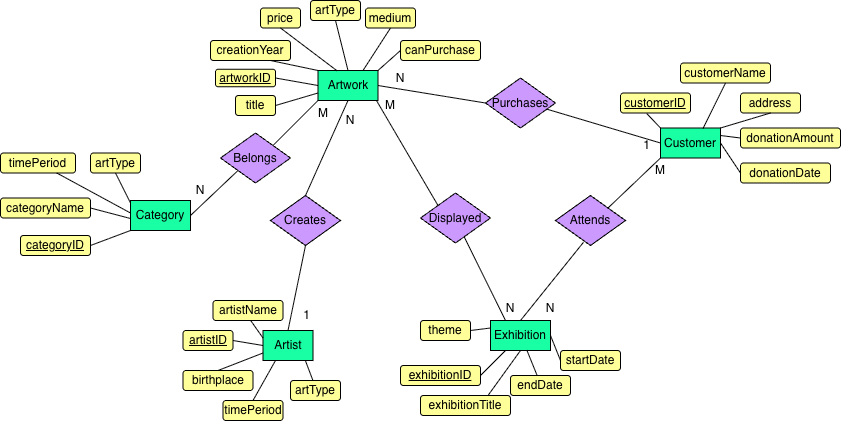
voviv2000/art-gallery-database keeps this draw.io diagram as 608 Project 1.drawio.png. Above is the earlier version. Source tidied: cells renumbered, new cells last; positions are measured from the earlier drawing's top-left corner, leaving out a move shared by most shapes.
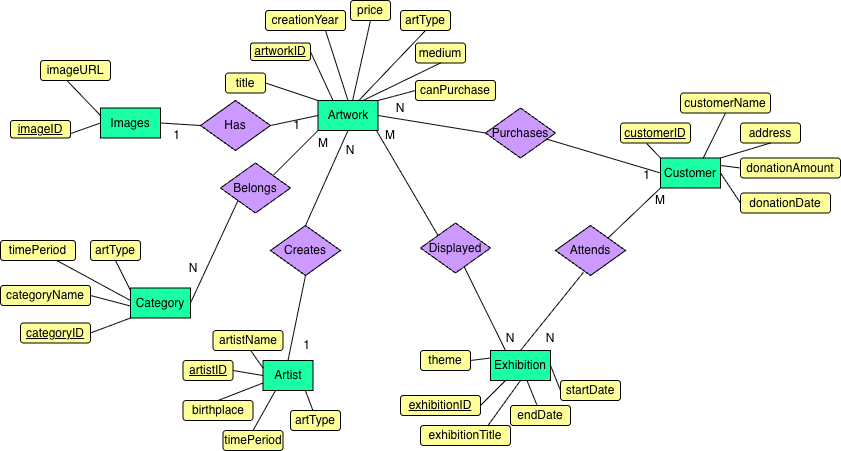
Later version of the same file.

What changed in the source:
```diff
@@ -51,7 +51,7 @@
       <mxGeometry relative="1" as="geometry" />
     </mxCell>
     <mxCell id="18" style="group;" parent="1" vertex="1">
-      <mxGeometry y="152.5" width="190" height="102.5" as="geometry" />
+      <mxGeometry y="210" width="190" height="102.5" as="geometry" />
     </mxCell>
     <mxCell id="19" value="Category" style="rounded=0;whiteSpace=wrap;html=1;fillColor=#19FFA3;" parent="18" vertex="1">
       <mxGeometry x="130" y="47.5" width="60" height="30" as="geometry" />
@@ -136,7 +136,7 @@
       <mxGeometry x="312.5" y="105" width="20" height="15" as="geometry" />
     </mxCell>
     <mxCell id="45" value="N" style="text;html=1;whiteSpace=wrap;strokeColor=none;fillColor=none;align=center;verticalAlign=middle;rounded=0;" parent="1" vertex="1">
-      <mxGeometry x="190" y="182.5" width="20" height="15" as="geometry" />
+      <mxGeometry x="182.5" y="230" width="20" height="15" as="geometry" />
     </mxCell>
     <mxCell id="46" value="N" style="text;html=1;whiteSpace=wrap;strokeColor=none;fillColor=none;align=center;verticalAlign=middle;rounded=0;" parent="1" vertex="1">
       <mxGeometry x="540" y="300" width="20" height="15" as="geometry" />
@@ -220,49 +220,79 @@
       <mxGeometry relative="1" as="geometry" />
     </mxCell>
     <mxCell id="73" value="price" style="rounded=1;whiteSpace=wrap;html=1;fillColor=#FFFF99;" parent="1" vertex="1">
-      <mxGeometry x="260" y="7.5" width="40" height="20" as="geometry" />
+      <mxGeometry x="350" y="-30" width="40" height="20" as="geometry" />
     </mxCell>
     <mxCell id="74" value="Artwork" style="rounded=0;whiteSpace=wrap;html=1;fillColor=#19FFA3;" parent="1" vertex="1">
       <mxGeometry x="317.5" y="70" width="60" height="30" as="geometry" />
     </mxCell>
     <mxCell id="75" value="&lt;u&gt;artworkID&lt;/u&gt;" style="rounded=1;whiteSpace=wrap;html=1;fillColor=#FFFF99;" parent="1" vertex="1">
-      <mxGeometry x="215" y="68.8" width="60" height="17.5" as="geometry" />
+      <mxGeometry x="250" y="12.5" width="60" height="17.5" as="geometry" />
     </mxCell>
     <mxCell id="76" value="artType" style="rounded=1;whiteSpace=wrap;html=1;fillColor=#FFFF99;" parent="1" vertex="1">
-      <mxGeometry x="310" width="50" height="20" as="geometry" />
+      <mxGeometry x="400" y="-20" width="50" height="20" as="geometry" />
     </mxCell>
     <mxCell id="77" value="title" style="rounded=1;whiteSpace=wrap;html=1;fillColor=#FFFF99;" parent="1" vertex="1">
-      <mxGeometry x="235" y="95" width="40" height="20" as="geometry" />
+      <mxGeometry x="225" y="42.5" width="40" height="20" as="geometry" />
     </mxCell>
     <mxCell id="78" value="creationYear" style="rounded=1;whiteSpace=wrap;html=1;fillColor=#FFFF99;" parent="1" vertex="1">
-      <mxGeometry x="210" y="40" width="80" height="20" as="geometry" />
+      <mxGeometry x="265" y="-20" width="80" height="20" as="geometry" />
     </mxCell>
-    <mxCell id="79" style="endArrow=none;html=1;rounded=0;exitX=1;exitY=0.5;exitDx=0;exitDy=0;entryX=0;entryY=0.75;entryDx=0;entryDy=0;" parent="1" edge="1" source="77" target="74">
+    <mxCell id="79" style="endArrow=none;html=1;rounded=0;exitX=1;exitY=0.5;exitDx=0;exitDy=0;entryX=0;entryY=0;entryDx=0;entryDy=0;" parent="1" edge="1" source="77" target="74">
       <mxGeometry relative="1" as="geometry" />
     </mxCell>
-    <mxCell id="80" style="endArrow=none;html=1;rounded=0;entryX=1;entryY=0.5;entryDx=0;entryDy=0;exitX=0;exitY=0.5;exitDx=0;exitDy=0;" parent="1" edge="1" source="74" target="75">
+    <mxCell id="80" style="endArrow=none;html=1;rounded=0;entryX=1;entryY=0.5;entryDx=0;entryDy=0;exitX=0.25;exitY=0;exitDx=0;exitDy=0;" parent="1" edge="1" source="74" target="75">
       <mxGeometry relative="1" as="geometry" />
     </mxCell>
-    <mxCell id="81" style="endArrow=none;html=1;rounded=0;exitX=0;exitY=0;exitDx=0;exitDy=0;entryX=0.75;entryY=1;entryDx=0;entryDy=0;" parent="1" edge="1" source="74" target="78">
+    <mxCell id="81" style="endArrow=none;html=1;rounded=0;exitX=0.5;exitY=0;exitDx=0;exitDy=0;entryX=0.75;entryY=1;entryDx=0;entryDy=0;" parent="1" edge="1" source="74" target="78">
       <mxGeometry relative="1" as="geometry" />
     </mxCell>
-    <mxCell id="82" style="endArrow=none;html=1;rounded=0;entryX=0.5;entryY=1;entryDx=0;entryDy=0;exitX=0.321;exitY=0.015;exitDx=0;exitDy=0;exitPerimeter=0;" parent="1" edge="1" source="74" target="73">
+    <mxCell id="82" style="endArrow=none;html=1;rounded=0;entryX=0.5;entryY=1;entryDx=0;entryDy=0;exitX=0.577;exitY=-0.003;exitDx=0;exitDy=0;exitPerimeter=0;" parent="1" edge="1" source="74" target="73">
       <mxGeometry relative="1" as="geometry" />
     </mxCell>
-    <mxCell id="83" style="endArrow=none;html=1;rounded=0;entryX=0.5;entryY=1;entryDx=0;entryDy=0;exitX=0.5;exitY=0;exitDx=0;exitDy=0;" parent="1" edge="1" source="74" target="76">
+    <mxCell id="83" style="endArrow=none;html=1;rounded=0;entryX=0.5;entryY=1;entryDx=0;entryDy=0;exitX=0.675;exitY=0.012;exitDx=0;exitDy=0;exitPerimeter=0;" parent="1" edge="1" source="74" target="76">
       <mxGeometry relative="1" as="geometry" />
     </mxCell>
     <mxCell id="84" value="medium" style="rounded=1;whiteSpace=wrap;html=1;fillColor=#FFFF99;" parent="1" vertex="1">
-      <mxGeometry x="365" y="7.5" width="50" height="20" as="geometry" />
+      <mxGeometry x="415" y="12.5" width="50" height="20" as="geometry" />
     </mxCell>
     <mxCell id="85" style="endArrow=none;html=1;rounded=0;exitX=0.75;exitY=0;exitDx=0;exitDy=0;entryX=0.5;entryY=1;entryDx=0;entryDy=0;" parent="1" edge="1" source="74" target="84">
       <mxGeometry relative="1" as="geometry" />
     </mxCell>
     <mxCell id="86" value="canPurchase" style="rounded=1;whiteSpace=wrap;html=1;fillColor=#FFFF99;" parent="1" vertex="1">
-      <mxGeometry x="400" y="40" width="80" height="20" as="geometry" />
+      <mxGeometry x="415" y="50" width="80" height="20" as="geometry" />
     </mxCell>
     <mxCell id="87" style="endArrow=none;html=1;rounded=0;exitX=1;exitY=0;exitDx=0;exitDy=0;entryX=0;entryY=0.5;entryDx=0;entryDy=0;" parent="1" edge="1" source="74" target="86">
       <mxGeometry relative="1" as="geometry" />
     </mxCell>
+    <mxCell id="88" value="Images" style="rounded=0;whiteSpace=wrap;html=1;fillColor=#19FFA3;" parent="1" vertex="1">
+      <mxGeometry x="100" y="77.5" width="60" height="30" as="geometry" />
+    </mxCell>
+    <mxCell id="89" value="&lt;u&gt;imageID&lt;/u&gt;" style="rounded=1;whiteSpace=wrap;html=1;fillColor=#FFFF99;" parent="1" vertex="1">
+      <mxGeometry x="10" y="90" width="60" height="17.5" as="geometry" />
+    </mxCell>
+    <mxCell id="90" value="imageURL" style="rounded=1;whiteSpace=wrap;html=1;fillColor=#FFFF99;" parent="1" vertex="1">
+      <mxGeometry x="40" y="30" width="70" height="20" as="geometry" />
+    </mxCell>
+    <mxCell id="91" style="endArrow=none;html=1;rounded=0;exitX=1;exitY=0.75;exitDx=0;exitDy=0;entryX=0;entryY=0.5;entryDx=0;entryDy=0;" parent="1" edge="1" source="89" target="88">
+      <mxGeometry relative="1" as="geometry" />
+    </mxCell>
+    <mxCell id="92" style="endArrow=none;html=1;rounded=0;entryX=0.373;entryY=0.985;entryDx=0;entryDy=0;entryPerimeter=0;exitX=0;exitY=0.25;exitDx=0;exitDy=0;" parent="1" edge="1" source="88" target="90">
+      <mxGeometry relative="1" as="geometry" />
+    </mxCell>
+    <mxCell id="93" style="endArrow=none;html=1;rounded=0;exitX=1;exitY=0.5;exitDx=0;exitDy=0;entryX=0;entryY=0.5;entryDx=0;entryDy=0;" parent="1" edge="1" source="88" target="94">
+      <mxGeometry relative="1" as="geometry" />
+    </mxCell>
+    <mxCell id="94" value="Has" style="rhombus;whiteSpace=wrap;html=1;fillColor=#CC99FF;" parent="1" vertex="1">
+      <mxGeometry x="200" y="70" width="70" height="50" as="geometry" />
+    </mxCell>
+    <mxCell id="95" style="endArrow=none;html=1;rounded=0;entryX=0;entryY=0.5;entryDx=0;entryDy=0;exitX=1;exitY=0.5;exitDx=0;exitDy=0;" parent="1" edge="1" source="94" target="74">
+      <mxGeometry relative="1" as="geometry" />
+    </mxCell>
+    <mxCell id="96" value="1" style="text;html=1;whiteSpace=wrap;strokeColor=none;fillColor=none;align=center;verticalAlign=middle;rounded=0;" parent="1" vertex="1">
+      <mxGeometry x="170" y="100" width="12.5" height="10" as="geometry" />
+    </mxCell>
+    <mxCell id="97" value="1" style="text;html=1;whiteSpace=wrap;strokeColor=none;fillColor=none;align=center;verticalAlign=middle;rounded=0;" parent="1" vertex="1">
+      <mxGeometry x="290" y="90" width="12.5" height="10" as="geometry" />
+    </mxCell>
   </root>
 </mxGraphModel>
```
